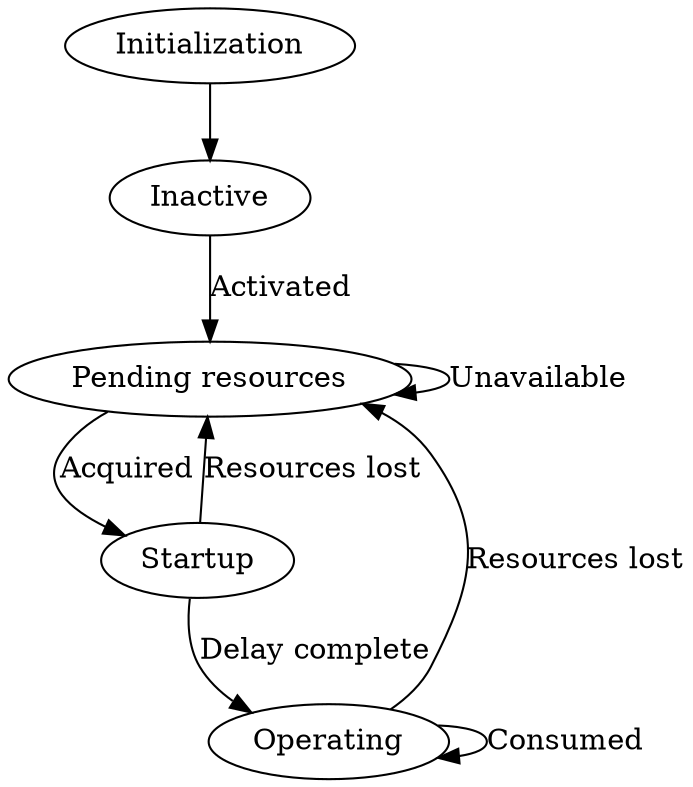
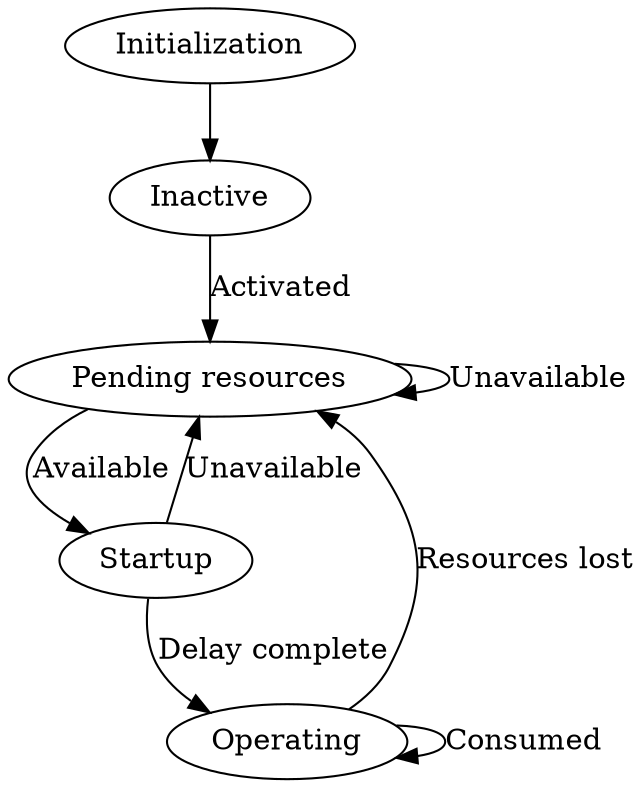
digraph G {
    Initialization -> inactive;

    # States
    inactive [label= "Inactive"];
    startup [label= "Startup"];
    operating [label= "Operating"];
    pending_resources [label= "Pending resources"];

    # Transitions
    inactive -> pending_resources [label= "Activated"];

    startup -> operating [label= "Delay complete"];
-     startup -> pending_resources [label= "Resources lost"];
+     startup -> pending_resources [label= "Unavailable"];

    pending_resources -> pending_resources[label= "Unavailable"];
-     pending_resources -> startup [label= "Acquired"];
+     pending_resources -> startup [label= "Available"];

    operating -> operating [label= "Consumed"];
    operating -> pending_resources [label= "Resources lost"];
}
